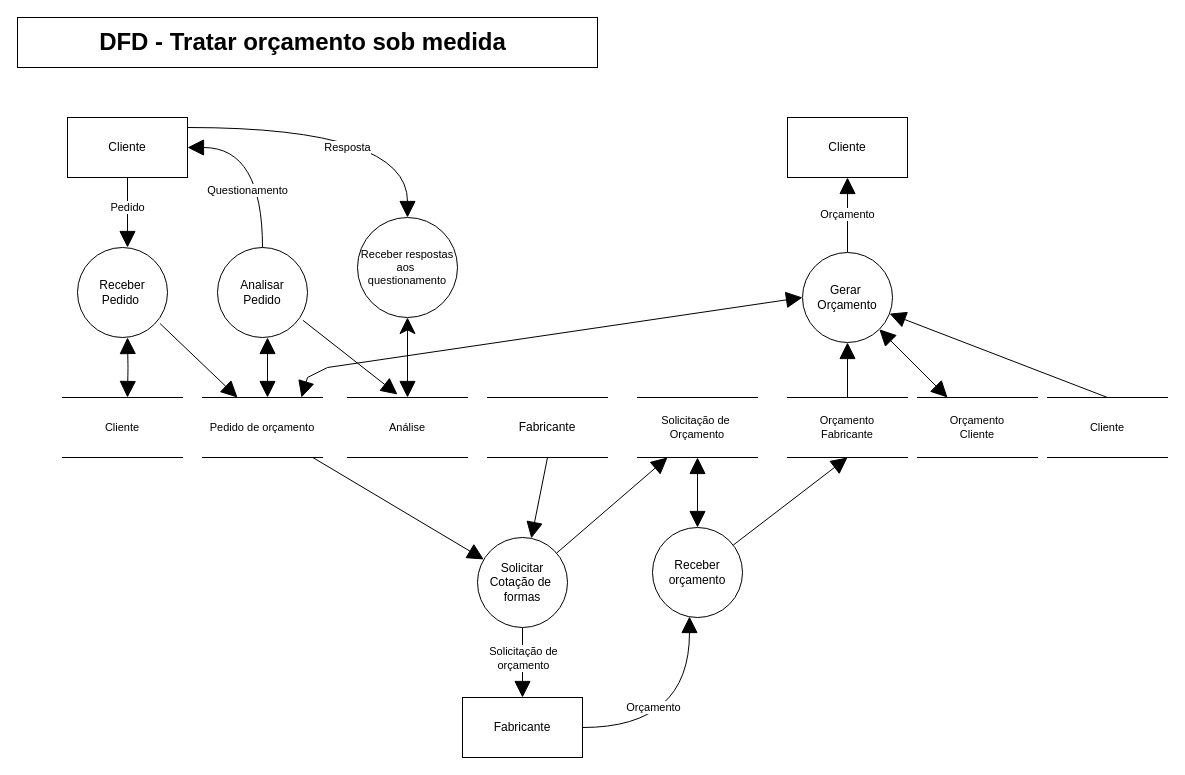
The draw.io diagram Documentation/DFD Essencial para cada Capacidade/DFD Tratar Orçamento_sob_medida.drawio in Systematicos/FindingApp, before the edit. Source tidied: cells renumbered, new cells numbered last; positions are measured from the earlier drawing's top-left corner, leaving out a move shared by most shapes. Both pictures are drawn from the tidied source at 100%, with x=0, y=0 at pixel (17, 17).
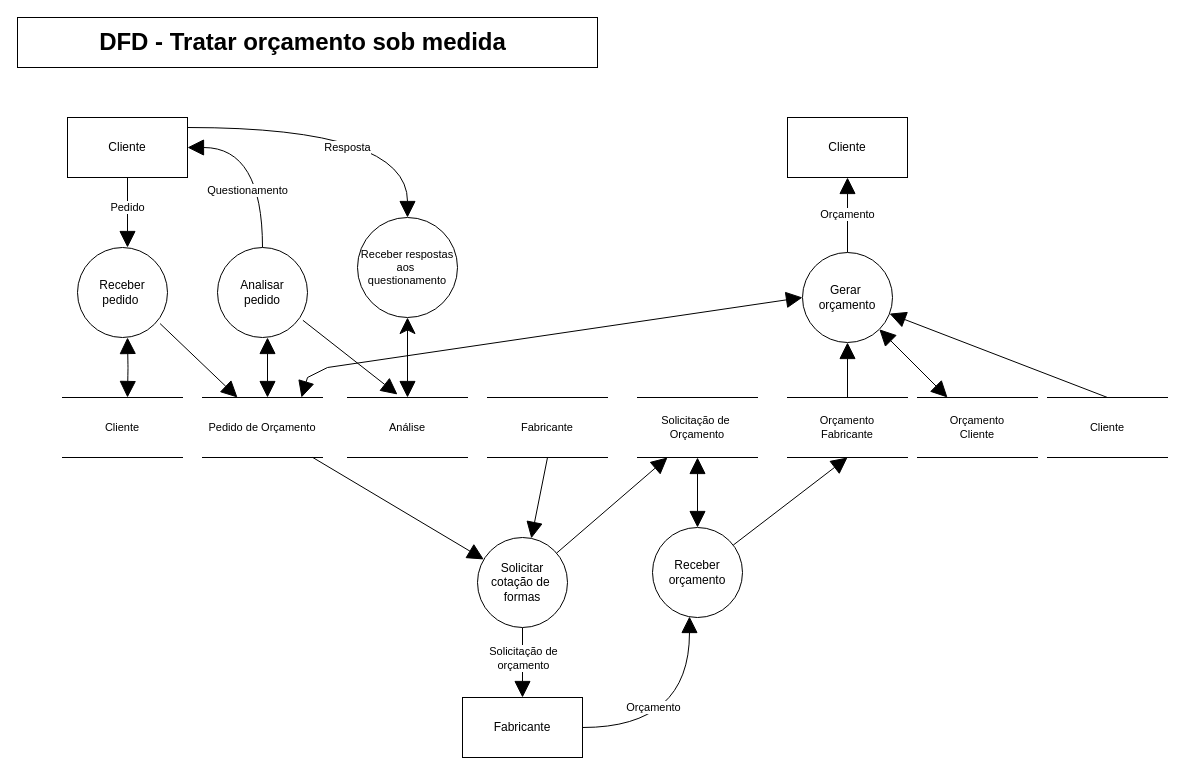
After the change.

Diff of the diagram source:
```diff
@@
-    <mxCell id="2" value="Receber&lt;br&gt;Pedido&amp;nbsp;" style="ellipse;whiteSpace=wrap;html=1;" parent="1" vertex="1">
+    <mxCell id="2" value="Receber&lt;br&gt;pedido&amp;nbsp;" style="ellipse;whiteSpace=wrap;html=1;" parent="1" vertex="1">
       <mxGeometry x="60" y="230" width="90" height="90" as="geometry" />
     </mxCell>
@@
-    <mxCell id="4" value="Analisar&lt;br&gt;Pedido" style="ellipse;whiteSpace=wrap;html=1;" parent="1" vertex="1">
+    <mxCell id="4" value="Analisar&lt;br&gt;pedido" style="ellipse;whiteSpace=wrap;html=1;" parent="1" vertex="1">
       <mxGeometry x="200" y="230" width="90" height="90" as="geometry" />
     </mxCell>
@@
-    <mxCell id="13" value="Pedido de orçamento" style="shape=partialRectangle;whiteSpace=wrap;html=1;left=0;right=0;fillColor=none;fontSize=11;" parent="1" vertex="1">
+    <mxCell id="13" value="Pedido de Orçamento" style="shape=partialRectangle;whiteSpace=wrap;html=1;left=0;right=0;fillColor=none;fontSize=11;" parent="1" vertex="1">
       <mxGeometry x="185" y="380" width="120" height="60" as="geometry" />
     </mxCell>
@@
-    <mxCell id="15" value="&lt;span style=&quot;font-size: 12px&quot;&gt;Fabricante&lt;/span&gt;" style="shape=partialRectangle;whiteSpace=wrap;html=1;left=0;right=0;fillColor=none;fontSize=11;" parent="1" vertex="1">
+    <mxCell id="15" value="&lt;font style=&quot;font-size: 11px&quot;&gt;Fabricante&lt;/font&gt;" style="shape=partialRectangle;whiteSpace=wrap;html=1;left=0;right=0;fillColor=none;fontSize=11;" parent="1" vertex="1">
       <mxGeometry x="470" y="380" width="120" height="60" as="geometry" />
     </mxCell>
@@
-    <mxCell id="18" value="Gerar&amp;nbsp;&lt;br&gt;Orçamento" style="ellipse;whiteSpace=wrap;html=1;" parent="1" vertex="1">
+    <mxCell id="18" value="Gerar&amp;nbsp;&lt;br&gt;orçamento" style="ellipse;whiteSpace=wrap;html=1;" parent="1" vertex="1">
       <mxGeometry x="785" y="235" width="90" height="90" as="geometry" />
     </mxCell>
@@
-    <mxCell id="27" value="Solicitar&lt;br&gt;Cotação de&amp;nbsp;&lt;br&gt;formas" style="ellipse;whiteSpace=wrap;html=1;" parent="1" vertex="1">
+    <mxCell id="27" value="Solicitar&lt;br&gt;cotação de&amp;nbsp;&lt;br&gt;formas" style="ellipse;whiteSpace=wrap;html=1;" parent="1" vertex="1">
       <mxGeometry x="460" y="520" width="90" height="90" as="geometry" />
     </mxCell>
```
